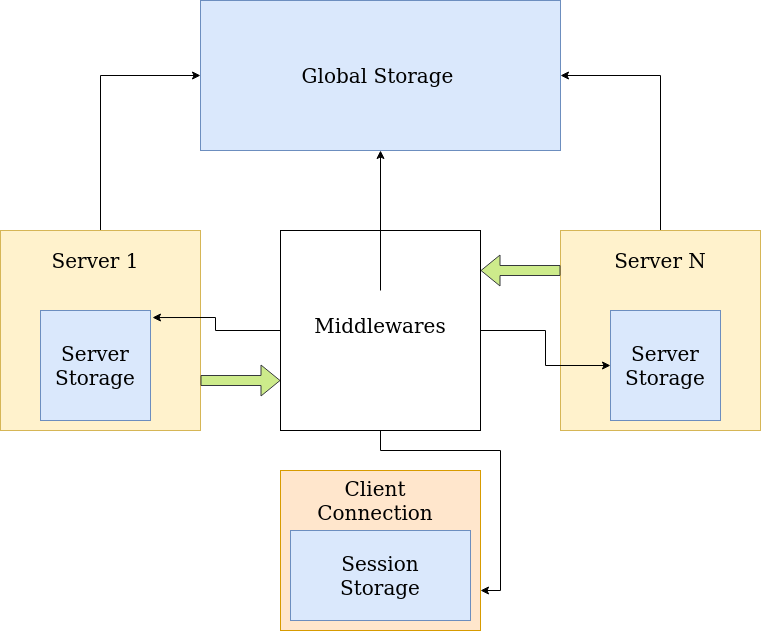
Earlier version of the draw.io export docs/wiki/images/flow.png (idewave/idewavecore). Source tidied: cells renumbered, new cells last; positions are measured from the earlier drawing's top-left corner, leaving out a move shared by most shapes.
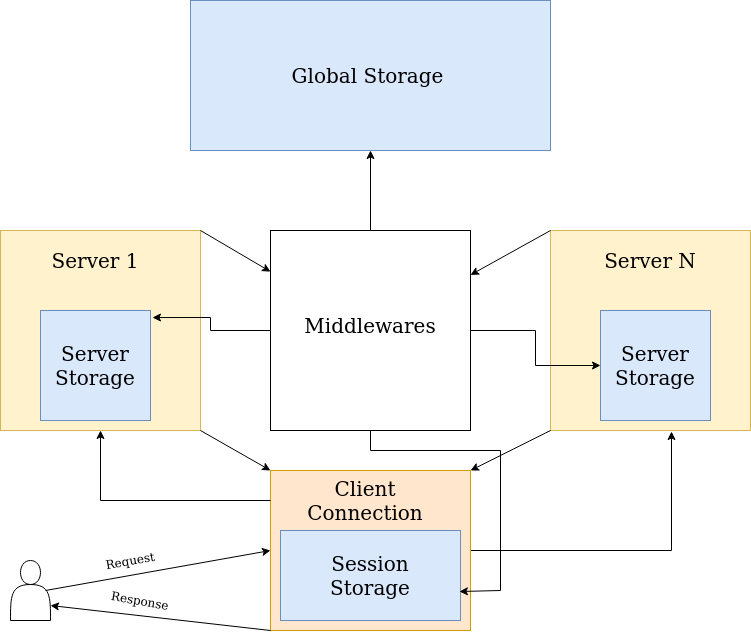
Later version of the same file.

Commit message:
Updated image for wiki page

Diff of the diagram source:
```diff
@@ -2,20 +2,17 @@
   <root>
     <mxCell id="0" />
     <mxCell id="1" parent="0" />
-    <mxCell id="2" style="edgeStyle=orthogonalEdgeStyle;rounded=0;jettySize=auto;html=1;entryX=0;entryY=0.5;entryDx=0;entryDy=0;fontFamily=Helvetica;fontSize=20;" parent="1" edge="1" source="3" target="7">
-      <mxGeometry relative="1" as="geometry" />
-    </mxCell>
     <mxCell id="3" style="whiteSpace=wrap;html=1;fillColor=#fff2cc;strokeColor=#d6b656;" parent="1" vertex="1">
-      <mxGeometry y="230" width="200" height="200" as="geometry" />
+      <mxGeometry x="10" y="230" width="200" height="200" as="geometry" />
     </mxCell>
     <mxCell id="4" value="&lt;div&gt;Server 1&lt;/div&gt;" style="text;html=1;strokeColor=none;fillColor=none;align=center;verticalAlign=middle;whiteSpace=wrap;rounded=0;fontFamily=Helvetica;fontSize=20;" parent="1" vertex="1">
-      <mxGeometry x="45" y="240" width="100" height="40" as="geometry" />
+      <mxGeometry x="55" y="240" width="100" height="40" as="geometry" />
     </mxCell>
     <mxCell id="5" style="whiteSpace=wrap;html=1;fontFamily=Helvetica;fontSize=20;fillColor=#dae8fc;strokeColor=#6c8ebf;" parent="1" vertex="1">
-      <mxGeometry x="40" y="310" width="110" height="110" as="geometry" />
+      <mxGeometry x="50" y="310" width="110" height="110" as="geometry" />
     </mxCell>
     <mxCell id="6" value="Server Storage" style="text;html=1;strokeColor=none;fillColor=none;align=center;verticalAlign=middle;whiteSpace=wrap;rounded=0;fontFamily=Helvetica;fontSize=20;" parent="1" vertex="1">
-      <mxGeometry x="50" y="320" width="90" height="90" as="geometry" />
+      <mxGeometry x="60" y="320" width="90" height="90" as="geometry" />
     </mxCell>
     <mxCell id="7" style="whiteSpace=wrap;html=1;fontFamily=Helvetica;fontSize=20;fillColor=#dae8fc;strokeColor=#6c8ebf;" parent="1" vertex="1">
       <mxGeometry x="200" width="360" height="150" as="geometry" />
@@ -23,9 +20,6 @@
     <mxCell id="8" value="Global Storage" style="text;html=1;strokeColor=none;fillColor=none;align=center;verticalAlign=middle;whiteSpace=wrap;rounded=0;fontFamily=Helvetica;fontSize=20;" parent="1" vertex="1">
       <mxGeometry x="225" y="20" width="305" height="110" as="geometry" />
     </mxCell>
-    <mxCell id="9" style="edgeStyle=orthogonalEdgeStyle;rounded=0;jettySize=auto;html=1;entryX=1;entryY=0.5;entryDx=0;entryDy=0;fontFamily=Helvetica;fontSize=20;" parent="1" edge="1" source="10" target="7">
-      <mxGeometry relative="1" as="geometry" />
-    </mxCell>
     <mxCell id="10" style="whiteSpace=wrap;html=1;fillColor=#fff2cc;strokeColor=#d6b656;" parent="1" vertex="1">
       <mxGeometry x="560" y="230" width="200" height="200" as="geometry" />
     </mxCell>
@@ -44,21 +38,26 @@
     <mxCell id="15" style="edgeStyle=orthogonalEdgeStyle;rounded=0;jettySize=auto;html=1;entryX=1.018;entryY=0.064;entryDx=0;entryDy=0;entryPerimeter=0;fontFamily=Helvetica;fontSize=20;" parent="1" edge="1" source="17" target="5">
       <mxGeometry relative="1" as="geometry" />
     </mxCell>
-    <mxCell id="16" style="edgeStyle=orthogonalEdgeStyle;rounded=0;jettySize=auto;html=1;entryX=1;entryY=0.75;entryDx=0;entryDy=0;fontFamily=Helvetica;fontSize=20;" parent="1" edge="1" source="17" target="20">
-      <mxGeometry relative="1" as="geometry" />
-    </mxCell>
     <mxCell id="17" style="whiteSpace=wrap;html=1;fontFamily=Helvetica;fontSize=20;" parent="1" vertex="1">
       <mxGeometry x="280" y="230" width="200" height="200" as="geometry" />
     </mxCell>
-    <mxCell id="18" style="edgeStyle=orthogonalEdgeStyle;rounded=0;jettySize=auto;html=1;entryX=0.5;entryY=1;entryDx=0;entryDy=0;fontFamily=Helvetica;fontSize=20;" parent="1" edge="1" source="19" target="7">
+    <mxCell id="18" style="edgeStyle=orthogonalEdgeStyle;rounded=0;jettySize=auto;html=1;entryX=0.5;entryY=1;entryDx=0;entryDy=0;fontFamily=Helvetica;fontSize=20;exitX=0.5;exitY=0;exitDx=0;exitDy=0;" parent="1" edge="1" source="17" target="7">
       <mxGeometry relative="1" as="geometry" />
     </mxCell>
     <mxCell id="19" value="Middlewares" style="text;html=1;strokeColor=none;fillColor=none;align=center;verticalAlign=middle;whiteSpace=wrap;rounded=0;fontFamily=Helvetica;fontSize=20;" parent="1" vertex="1">
       <mxGeometry x="310" y="290" width="140" height="70" as="geometry" />
     </mxCell>
+    <mxCell id="26" style="edgeStyle=orthogonalEdgeStyle;rounded=0;jettySize=auto;html=1;shadow=0;entryX=0.605;entryY=1.005;entryDx=0;entryDy=0;entryPerimeter=0;" parent="1" edge="1" source="20" target="10">
+      <mxGeometry relative="1" as="geometry" />
+    </mxCell>
     <mxCell id="20" style="rounded=0;whiteSpace=wrap;html=1;fontFamily=Helvetica;fontSize=20;fillColor=#ffe6cc;strokeColor=#d79b00;" parent="1" vertex="1">
       <mxGeometry x="280" y="470" width="200" height="160" as="geometry" />
     </mxCell>
+    <mxCell id="27" style="edgeStyle=orthogonalEdgeStyle;rounded=0;jettySize=auto;html=1;entryX=0.5;entryY=1;entryDx=0;entryDy=0;shadow=0;" parent="1" edge="1" target="3">
+      <mxGeometry relative="1" as="geometry">
+        <mxPoint x="280" y="500" as="sourcePoint" />
+      </mxGeometry>
+    </mxCell>
     <mxCell id="21" value="Client Connection" style="text;html=1;strokeColor=none;fillColor=none;align=center;verticalAlign=middle;whiteSpace=wrap;rounded=0;fontFamily=Helvetica;fontSize=20;" parent="1" vertex="1">
       <mxGeometry x="290" y="490" width="170" height="20" as="geometry" />
     </mxCell>
@@ -68,14 +67,53 @@
     <mxCell id="23" value="Session Storage" style="text;html=1;strokeColor=none;fillColor=none;align=center;verticalAlign=middle;whiteSpace=wrap;rounded=0;fontFamily=Helvetica;fontSize=20;" parent="1" vertex="1">
       <mxGeometry x="310" y="540" width="140" height="70" as="geometry" />
     </mxCell>
-    <mxCell id="24" style="shape=flexArrow;endArrow=classic;html=1;fontFamily=Helvetica;fontSize=20;exitX=1;exitY=0.75;exitDx=0;exitDy=0;entryX=0;entryY=0.75;entryDx=0;entryDy=0;fillColor=#cdeb8b;strokeColor=#36393d;" parent="1" edge="1" source="3" target="17">
-      <mxGeometry relative="1" as="geometry" />
-    </mxCell>
-    <mxCell id="25" style="shape=flexArrow;endArrow=classic;html=1;fontFamily=Helvetica;fontSize=20;fillColor=#cdeb8b;strokeColor=#36393d;" parent="1" edge="1">
-      <mxGeometry relative="1" as="geometry">
-        <mxPoint x="560" y="270" as="sourcePoint" />
-        <mxPoint x="480" y="270" as="targetPoint" />
-      </mxGeometry>
-    </mxCell>
+    <mxCell id="16" style="edgeStyle=orthogonalEdgeStyle;rounded=0;jettySize=auto;html=1;entryX=0.994;entryY=0.678;entryDx=0;entryDy=0;fontFamily=Helvetica;fontSize=20;entryPerimeter=0;" parent="1" edge="1" source="17" target="22">
+      <mxGeometry relative="1" as="geometry">
+        <Array as="points">
+          <mxPoint x="380" y="450" />
+          <mxPoint x="510" y="450" />
+          <mxPoint x="510" y="590" />
+        </Array>
+      </mxGeometry>
+    </mxCell>
+    <mxCell id="28" style="endArrow=classic;html=1;shadow=0;" parent="1" edge="1" target="17">
+      <mxGeometry relative="1" as="geometry">
+        <mxPoint x="210" y="230" as="sourcePoint" />
+      </mxGeometry>
+    </mxCell>
+    <mxCell id="29" style="endArrow=classic;html=1;shadow=0;" parent="1" edge="1" target="17">
+      <mxGeometry relative="1" as="geometry">
+        <mxPoint x="560" y="230" as="sourcePoint" />
+      </mxGeometry>
+    </mxCell>
+    <mxCell id="30" style="shape=actor;whiteSpace=wrap;html=1;fillColor=#ffffff;" parent="1" vertex="1">
+      <mxGeometry x="20" y="560" width="40" height="60" as="geometry" />
+    </mxCell>
+    <mxCell id="31" style="endArrow=classic;html=1;shadow=0;entryX=0;entryY=0.5;entryDx=0;entryDy=0;" parent="1" edge="1" target="20">
+      <mxGeometry relative="1" as="geometry">
+        <mxPoint x="55" y="590" as="sourcePoint" />
+      </mxGeometry>
+    </mxCell>
+    <mxCell id="32" style="endArrow=classic;html=1;shadow=0;entryX=0;entryY=0;entryDx=0;entryDy=0;" parent="1" edge="1" target="20">
+      <mxGeometry relative="1" as="geometry">
+        <mxPoint x="210" y="430" as="sourcePoint" />
+      </mxGeometry>
+    </mxCell>
+    <mxCell id="33" style="endArrow=classic;html=1;shadow=0;entryX=1;entryY=0;entryDx=0;entryDy=0;" parent="1" edge="1" target="20">
+      <mxGeometry relative="1" as="geometry">
+        <mxPoint x="560" y="430" as="sourcePoint" />
+      </mxGeometry>
+    </mxCell>
+    <mxCell id="34" style="endArrow=classic;html=1;shadow=0;entryX=1;entryY=0.75;entryDx=0;entryDy=0;" parent="1" edge="1" target="30">
+      <mxGeometry relative="1" as="geometry">
+        <mxPoint x="280" y="630" as="sourcePoint" />
+      </mxGeometry>
+    </mxCell>
+    <mxCell id="35" value="Request" style="text;html=1;strokeColor=none;fillColor=none;align=center;verticalAlign=middle;whiteSpace=wrap;rounded=0;rotation=-10;" parent="1" vertex="1">
+      <mxGeometry x="120" y="550" width="40" height="20" as="geometry" />
+    </mxCell>
+    <mxCell id="36" value="&lt;div&gt;Response&lt;/div&gt;" style="text;html=1;strokeColor=none;fillColor=none;align=center;verticalAlign=middle;whiteSpace=wrap;rounded=0;rotation=10;" parent="1" vertex="1">
+      <mxGeometry x="130" y="590" width="40" height="20" as="geometry" />
+    </mxCell>
   </root>
 </mxGraphModel>
```
